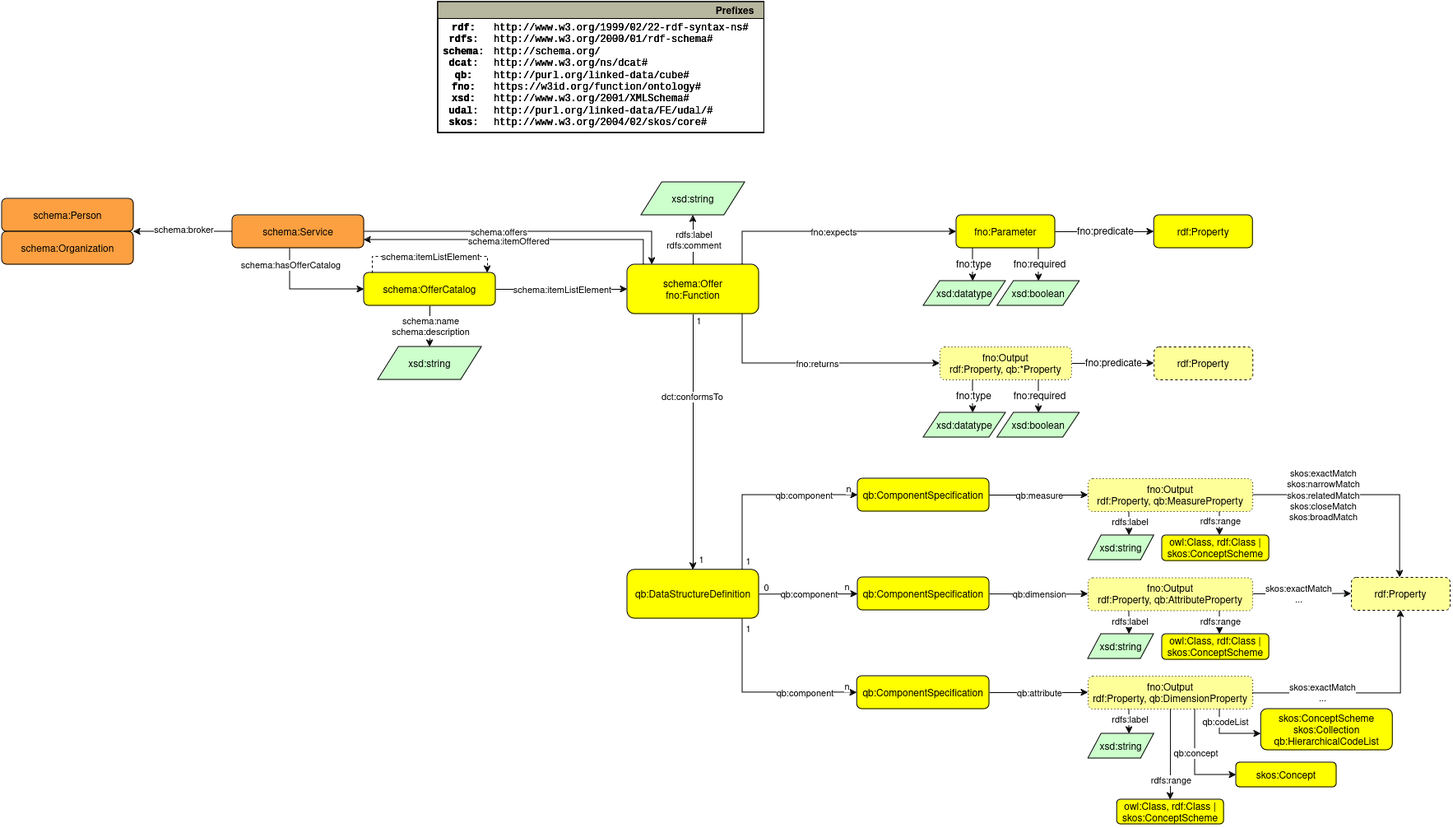
Above: design/extension-classes-diagram.drawio.png in fair-ease/dataset-demand-register (draw.io), before the change. Source tidied: cells renumbered, new cells last; positions are measured from the earlier drawing's top-left corner, leaving out a move shared by most shapes.
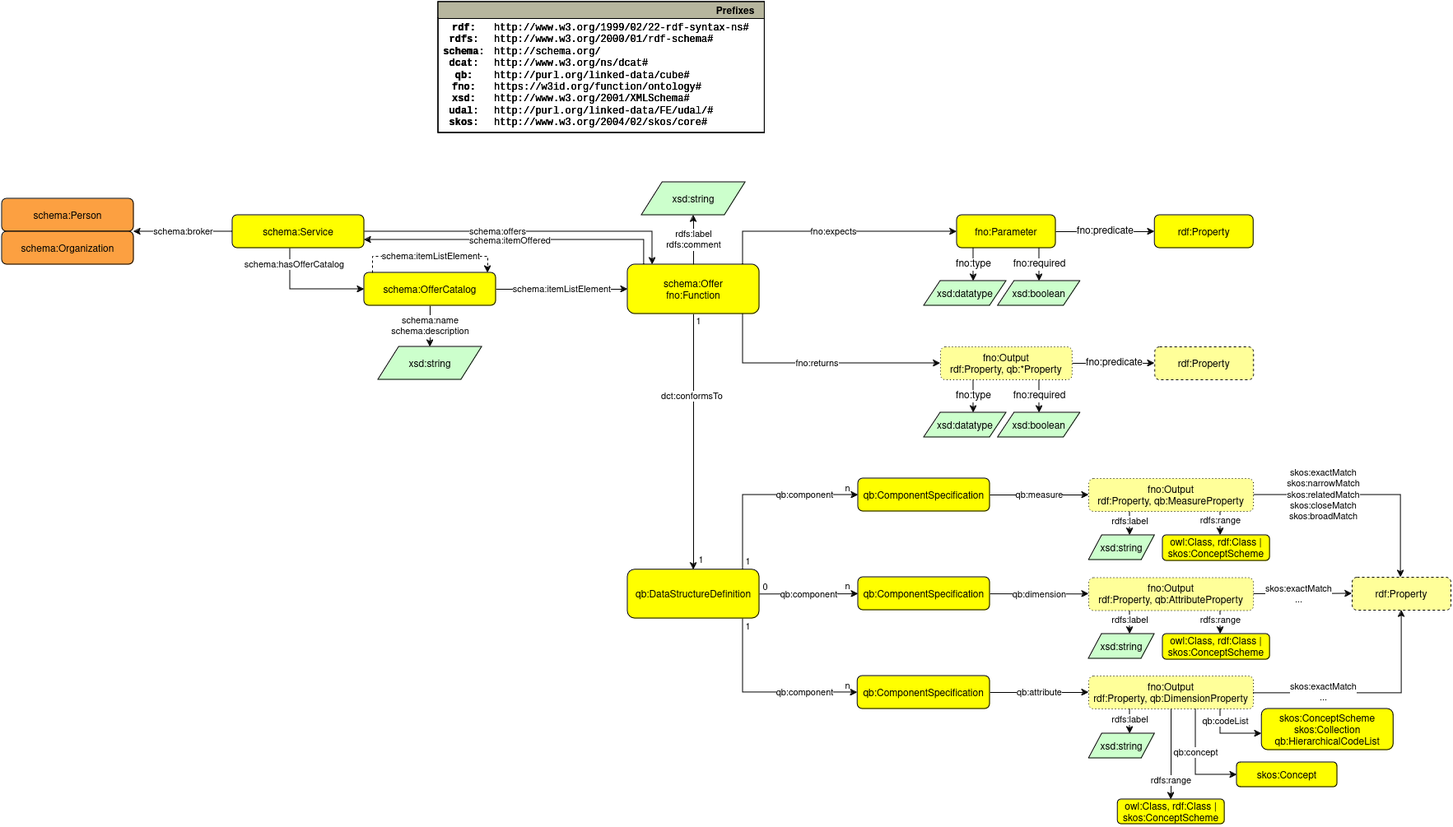
The same file after the commit.

Change to the diagram source:
```diff
@@ -21,11 +21,10 @@
       </mxGeometry>
     </mxCell>
     <mxCell id="5" value="schema:broker" style="edgeLabel;html=1;align=center;verticalAlign=middle;" parent="4" vertex="1">
-      <mxGeometry x="0.01" y="-3" relative="1" as="geometry" />
+      <mxGeometry relative="1" as="geometry" />
     </mxCell>
-    <mxCell id="6" style="edgeStyle=orthogonalEdgeStyle;rounded=0;jettySize=auto;html=1;" parent="1" edge="1" target="55">
+    <mxCell id="6" style="edgeStyle=orthogonalEdgeStyle;rounded=0;jettySize=auto;html=1;" parent="1" edge="1" source="10" target="55">
       <mxGeometry relative="1" as="geometry">
-        <mxPoint x="350" y="289" as="sourcePoint" />
         <Array as="points">
           <mxPoint x="350" y="349" />
         </Array>
@@ -46,9 +45,6 @@
     <mxCell id="9" value="schema:offers" style="edgeLabel;html=1;align=center;verticalAlign=middle;" parent="8" vertex="1">
       <mxGeometry x="-0.17" relative="1" as="geometry" />
     </mxCell>
-    <mxCell id="10" value="schema:Service" style="graphMlID=n4;shape=rect;rounded=1;arcsize=30;fillColor=#FCA041;strokeColor=#000000;strokeWidth=1.0;" parent="1" vertex="1">
-      <mxGeometry x="280" y="259" width="160" height="40" as="geometry" />
-    </mxCell>
     <mxCell id="11" value="schema:Person" style="graphMlID=n4;shape=rect;rounded=1;arcsize=30;fillColor=#FCA041;strokeColor=#000000;strokeWidth=1.0;" parent="1" vertex="1">
       <mxGeometry y="239" width="160" height="40" as="geometry" />
     </mxCell>
@@ -493,5 +489,8 @@
     <mxCell id="117" value="owl:Class, rdf:Class |&#10;skos:ConceptScheme" style="graphMlID=n5;shape=rect;rounded=1;arcsize=30;fillColor=#FFFF00;strokeColor=#000000;strokeWidth=1.0;" parent="1" vertex="1">
       <mxGeometry x="1409.9" y="647.9" width="130.1" height="31.1" as="geometry" />
     </mxCell>
+    <mxCell id="10" value="schema:Service" style="graphMlID=n4;shape=rect;rounded=1;arcsize=30;fillColor=#ffff00;strokeColor=#000000;strokeWidth=1.0;" parent="1" vertex="1">
+      <mxGeometry x="280" y="259" width="160" height="40" as="geometry" />
+    </mxCell>
   </root>
 </mxGraphModel>
```
